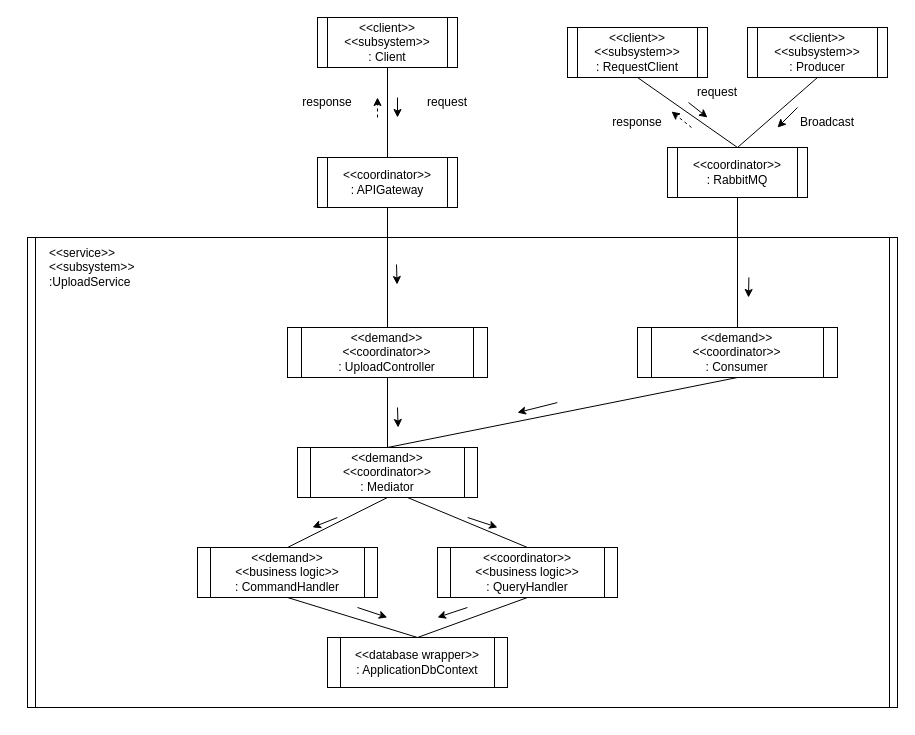
This is docs/Subsystem Diagram/Upload.subsystem.drawio from Carl-Johnsons/Chat-Application, a draw.io file, before an edit. Source tidied: cells renumbered, new cells numbered last; positions are measured from the earlier drawing's top-left corner, leaving out a move shared by most shapes. Both pictures are drawn from the tidied source at 100%, with x=0, y=0 at pixel (27, 17).
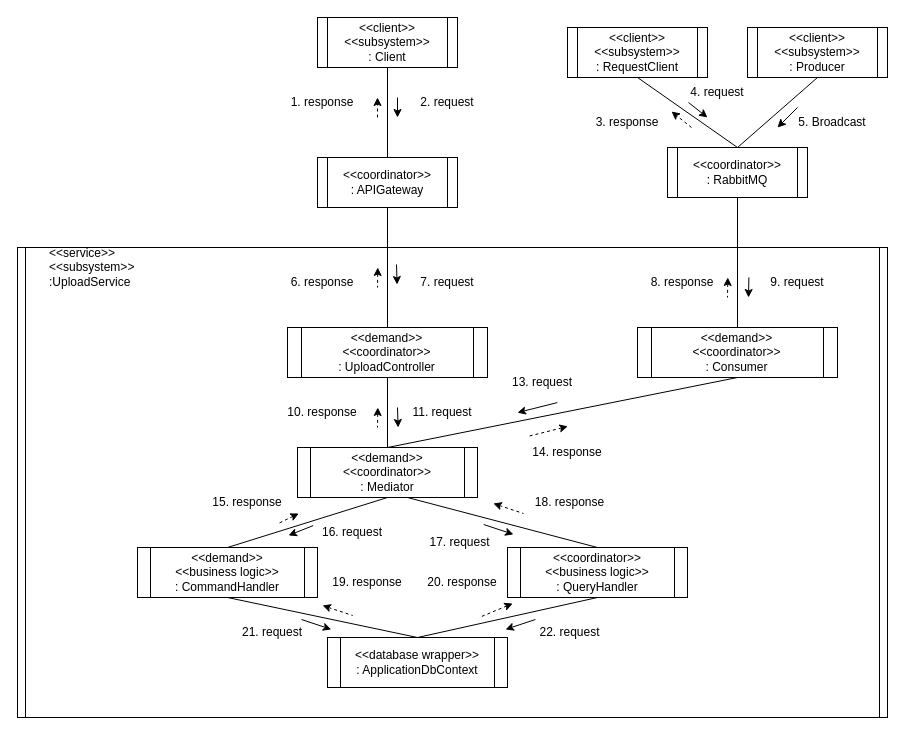
After the change.

Diff of the diagram source:
```diff
@@
     <mxCell id="2" style="shape=process;whiteSpace=wrap;html=1;backgroundOutline=1;size=0.009009009009009009;" parent="1" vertex="1">
-      <mxGeometry y="220" width="870" height="470" as="geometry" />
+      <mxGeometry x="-10" y="230" width="870" height="470" as="geometry" />
     </mxCell>
@@
     <mxCell id="10" value="&amp;lt;&amp;lt;demand&amp;gt;&amp;gt;&lt;br&gt;&amp;lt;&amp;lt;business logic&amp;gt;&amp;gt;&lt;br style=&quot;border-color: var(--border-color);&quot;&gt;: CommandHandler" style="shape=process;whiteSpace=wrap;html=1;backgroundOutline=1;size=0.07142857142857142;" parent="1" vertex="1">
-      <mxGeometry x="170" y="530" width="180" height="50" as="geometry" />
+      <mxGeometry x="110" y="530" width="180" height="50" as="geometry" />
     </mxCell>
     <mxCell id="11" value="&amp;lt;&amp;lt;coordinator&amp;gt;&amp;gt;&lt;br&gt;&amp;lt;&amp;lt;business logic&amp;gt;&amp;gt;&lt;br style=&quot;border-color: var(--border-color);&quot;&gt;: QueryHandler" style="shape=process;whiteSpace=wrap;html=1;backgroundOutline=1;size=0.07142857142857142;" parent="1" vertex="1">
-      <mxGeometry x="410" y="530" width="180" height="50" as="geometry" />
+      <mxGeometry x="480" y="530" width="180" height="50" as="geometry" />
     </mxCell>
@@
-    <mxCell id="20" value="request" style="text;html=1;strokeColor=none;fillColor=none;align=center;verticalAlign=middle;whiteSpace=wrap;rounded=0;" parent="1" vertex="1">
+    <mxCell id="20" value="2. request" style="text;html=1;strokeColor=none;fillColor=none;align=center;verticalAlign=middle;whiteSpace=wrap;rounded=0;" parent="1" vertex="1">
       <mxGeometry x="390" y="70" width="60" height="30" as="geometry" />
     </mxCell>
-    <mxCell id="21" value="response" style="text;html=1;strokeColor=none;fillColor=none;align=center;verticalAlign=middle;whiteSpace=wrap;rounded=0;" parent="1" vertex="1">
-      <mxGeometry x="270" y="70" width="60" height="30" as="geometry" />
+    <mxCell id="21" value="1. response" style="text;html=1;strokeColor=none;fillColor=none;align=center;verticalAlign=middle;whiteSpace=wrap;rounded=0;" parent="1" vertex="1">
+      <mxGeometry x="260" y="70" width="70" height="30" as="geometry" />
     </mxCell>
@@
-    <mxCell id="23" style="endArrow=classic;html=1;exitX=0.356;exitY=0.596;exitDx=0;exitDy=0;exitPerimeter=0;entryX=0.602;entryY=0.383;entryDx=0;entryDy=0;entryPerimeter=0;" parent="1" edge="1" source="2">
+    <mxCell id="23" style="endArrow=classic;html=1;exitX=0.356;exitY=0.596;exitDx=0;exitDy=0;exitPerimeter=0;entryX=0.602;entryY=0.383;entryDx=0;entryDy=0;entryPerimeter=0;" parent="1" edge="1">
       <mxGeometry relative="1" as="geometry">
-        <mxPoint x="285" y="509.9" as="targetPoint" />
+        <mxPoint x="285.7" y="508.1" as="sourcePoint" />
+        <mxPoint x="261" y="517.9" as="targetPoint" />
       </mxGeometry>
     </mxCell>
     <mxCell id="24" style="endArrow=classic;html=1;entryX=0.477;entryY=0.404;entryDx=0;entryDy=0;entryPerimeter=0;" parent="1" edge="1">
       <mxGeometry relative="1" as="geometry">
-        <mxPoint x="440.2" y="500" as="sourcePoint" />
-        <mxPoint x="470" y="509.9" as="targetPoint" />
+        <mxPoint x="456.2" y="507" as="sourcePoint" />
+        <mxPoint x="486" y="516.9" as="targetPoint" />
       </mxGeometry>
     </mxCell>
     <mxCell id="25" style="endArrow=classic;html=1;entryX=0.477;entryY=0.404;entryDx=0;entryDy=0;entryPerimeter=0;" parent="1" edge="1">
       <mxGeometry relative="1" as="geometry">
-        <mxPoint x="330" y="590" as="sourcePoint" />
-        <mxPoint x="359.8" y="599.9" as="targetPoint" />
+        <mxPoint x="274" y="602" as="sourcePoint" />
+        <mxPoint x="303.8" y="611.9" as="targetPoint" />
       </mxGeometry>
     </mxCell>
     <mxCell id="26" style="endArrow=classic;html=1;exitX=0.636;exitY=0.362;exitDx=0;exitDy=0;exitPerimeter=0;entryX=0.602;entryY=0.383;entryDx=0;entryDy=0;entryPerimeter=0;" parent="1" edge="1">
       <mxGeometry relative="1" as="geometry">
-        <mxPoint x="439.9" y="590" as="sourcePoint" />
-        <mxPoint x="410" y="599.9" as="targetPoint" />
+        <mxPoint x="507.9" y="602" as="sourcePoint" />
+        <mxPoint x="478" y="611.9" as="targetPoint" />
       </mxGeometry>
     </mxCell>
@@
-    <mxCell id="35" value="request" style="text;html=1;strokeColor=none;fillColor=none;align=center;verticalAlign=middle;whiteSpace=wrap;rounded=0;" parent="1" vertex="1">
+    <mxCell id="35" value="4. request" style="text;html=1;strokeColor=none;fillColor=none;align=center;verticalAlign=middle;whiteSpace=wrap;rounded=0;" parent="1" vertex="1">
       <mxGeometry x="660" y="60" width="60" height="30" as="geometry" />
     </mxCell>
-    <mxCell id="36" value="response" style="text;html=1;strokeColor=none;fillColor=none;align=center;verticalAlign=middle;whiteSpace=wrap;rounded=0;" parent="1" vertex="1">
-      <mxGeometry x="580" y="90" width="60" height="30" as="geometry" />
+    <mxCell id="36" value="3. response" style="text;html=1;strokeColor=none;fillColor=none;align=center;verticalAlign=middle;whiteSpace=wrap;rounded=0;" parent="1" vertex="1">
+      <mxGeometry x="560" y="90" width="80" height="30" as="geometry" />
     </mxCell>
@@
-    <mxCell id="38" value="Broadcast" style="text;html=1;strokeColor=none;fillColor=none;align=center;verticalAlign=middle;whiteSpace=wrap;rounded=0;" parent="1" vertex="1">
-      <mxGeometry x="770" y="90" width="60" height="30" as="geometry" />
+    <mxCell id="38" value="5. Broadcast" style="text;html=1;strokeColor=none;fillColor=none;align=center;verticalAlign=middle;whiteSpace=wrap;rounded=0;" parent="1" vertex="1">
+      <mxGeometry x="770" y="90" width="70" height="30" as="geometry" />
     </mxCell>
@@
+    <mxCell id="44" style="endArrow=none;html=1;exitX=0.727;exitY=0.106;exitDx=0;exitDy=0;exitPerimeter=0;startArrow=classic;startFill=1;endFill=0;dashed=1;entryX=0.379;entryY=0;entryDx=0;entryDy=0;entryPerimeter=0;" parent="1" edge="1">
+      <mxGeometry relative="1" as="geometry">
+        <mxPoint x="350.3" y="250" as="sourcePoint" />
+        <mxPoint x="350" y="270" as="targetPoint" />
+      </mxGeometry>
+    </mxCell>
+    <mxCell id="45" style="endArrow=none;html=1;exitX=0.727;exitY=0.106;exitDx=0;exitDy=0;exitPerimeter=0;startArrow=classic;startFill=1;endFill=0;dashed=1;entryX=0.379;entryY=0;entryDx=0;entryDy=0;entryPerimeter=0;" parent="1" edge="1">
+      <mxGeometry relative="1" as="geometry">
+        <mxPoint x="350.3" y="390" as="sourcePoint" />
+        <mxPoint x="350" y="410" as="targetPoint" />
+      </mxGeometry>
+    </mxCell>
+    <mxCell id="46" style="endArrow=none;html=1;exitX=0.727;exitY=0.106;exitDx=0;exitDy=0;exitPerimeter=0;startArrow=classic;startFill=1;endFill=0;dashed=1;entryX=0.356;entryY=0.617;entryDx=0;entryDy=0;entryPerimeter=0;" parent="1" edge="1">
+      <mxGeometry relative="1" as="geometry">
+        <mxPoint x="271.3" y="496" as="sourcePoint" />
+        <mxPoint x="250.7" y="506" as="targetPoint" />
+      </mxGeometry>
+    </mxCell>
+    <mxCell id="47" style="endArrow=none;html=1;exitX=0.494;exitY=0.617;exitDx=0;exitDy=0;exitPerimeter=0;startArrow=classic;startFill=1;endFill=0;dashed=1;" parent="1" edge="1">
+      <mxGeometry relative="1" as="geometry">
+        <mxPoint x="465.8" y="486" as="sourcePoint" />
+        <mxPoint x="496" y="496" as="targetPoint" />
+      </mxGeometry>
+    </mxCell>
+    <mxCell id="48" style="endArrow=none;html=1;exitX=0.494;exitY=0.617;exitDx=0;exitDy=0;exitPerimeter=0;startArrow=classic;startFill=1;endFill=0;dashed=1;" parent="1" edge="1">
+      <mxGeometry relative="1" as="geometry">
+        <mxPoint x="295" y="588" as="sourcePoint" />
+        <mxPoint x="325.2" y="598" as="targetPoint" />
+      </mxGeometry>
+    </mxCell>
+    <mxCell id="49" style="endArrow=none;html=1;exitX=0.621;exitY=0.404;exitDx=0;exitDy=0;exitPerimeter=0;startArrow=classic;startFill=1;endFill=0;dashed=1;entryX=0.356;entryY=0.617;entryDx=0;entryDy=0;entryPerimeter=0;" parent="1" edge="1">
+      <mxGeometry relative="1" as="geometry">
+        <mxPoint x="540.3" y="408.9" as="sourcePoint" />
+        <mxPoint x="500" y="419" as="targetPoint" />
+      </mxGeometry>
+    </mxCell>
+    <mxCell id="50" style="endArrow=none;html=1;exitX=0.727;exitY=0.106;exitDx=0;exitDy=0;exitPerimeter=0;startArrow=classic;startFill=1;endFill=0;dashed=1;entryX=0.379;entryY=0;entryDx=0;entryDy=0;entryPerimeter=0;" parent="1" edge="1">
+      <mxGeometry relative="1" as="geometry">
+        <mxPoint x="700.3" y="260" as="sourcePoint" />
+        <mxPoint x="700" y="280" as="targetPoint" />
+      </mxGeometry>
+    </mxCell>
+    <mxCell id="51" value="7. request" style="text;html=1;strokeColor=none;fillColor=none;align=center;verticalAlign=middle;whiteSpace=wrap;rounded=0;" parent="1" vertex="1">
+      <mxGeometry x="390" y="250" width="60" height="30" as="geometry" />
+    </mxCell>
+    <mxCell id="52" value="6. response" style="text;html=1;strokeColor=none;fillColor=none;align=center;verticalAlign=middle;whiteSpace=wrap;rounded=0;" parent="1" vertex="1">
+      <mxGeometry x="260" y="250" width="70" height="30" as="geometry" />
+    </mxCell>
+    <mxCell id="53" value="10. response" style="text;html=1;strokeColor=none;fillColor=none;align=center;verticalAlign=middle;whiteSpace=wrap;rounded=0;" parent="1" vertex="1">
+      <mxGeometry x="250" y="380" width="90" height="30" as="geometry" />
+    </mxCell>
+    <mxCell id="54" value="11. request" style="text;html=1;strokeColor=none;fillColor=none;align=center;verticalAlign=middle;whiteSpace=wrap;rounded=0;" parent="1" vertex="1">
+      <mxGeometry x="380" y="380" width="70" height="30" as="geometry" />
+    </mxCell>
+    <mxCell id="55" value="15. response" style="text;html=1;strokeColor=none;fillColor=none;align=center;verticalAlign=middle;whiteSpace=wrap;rounded=0;" parent="1" vertex="1">
+      <mxGeometry x="180" y="470" width="80" height="30" as="geometry" />
+    </mxCell>
+    <mxCell id="56" value="16. request" style="text;html=1;strokeColor=none;fillColor=none;align=center;verticalAlign=middle;whiteSpace=wrap;rounded=0;" parent="1" vertex="1">
+      <mxGeometry x="290" y="500" width="70" height="30" as="geometry" />
+    </mxCell>
+    <mxCell id="57" value="18. response" style="text;html=1;strokeColor=none;fillColor=none;align=center;verticalAlign=middle;whiteSpace=wrap;rounded=0;" parent="1" vertex="1">
+      <mxGeometry x="505" y="470" width="75" height="30" as="geometry" />
+    </mxCell>
+    <mxCell id="58" value="17. request" style="text;html=1;strokeColor=none;fillColor=none;align=center;verticalAlign=middle;whiteSpace=wrap;rounded=0;" parent="1" vertex="1">
+      <mxGeometry x="400" y="510" width="65" height="30" as="geometry" />
+    </mxCell>
+    <mxCell id="59" style="endArrow=none;html=1;exitX=0.552;exitY=0.766;exitDx=0;exitDy=0;exitPerimeter=0;startArrow=classic;startFill=1;endFill=0;dashed=1;entryX=0.356;entryY=0.617;entryDx=0;entryDy=0;entryPerimeter=0;" parent="1" edge="1">
+      <mxGeometry relative="1" as="geometry">
+        <mxPoint x="485.2" y="586" as="sourcePoint" />
+        <mxPoint x="451.7" y="600" as="targetPoint" />
+      </mxGeometry>
+    </mxCell>
+    <mxCell id="60" value="19. response" style="text;html=1;strokeColor=none;fillColor=none;align=center;verticalAlign=middle;whiteSpace=wrap;rounded=0;" parent="1" vertex="1">
+      <mxGeometry x="300" y="550" width="80" height="30" as="geometry" />
+    </mxCell>
+    <mxCell id="61" value="21. request" style="text;html=1;strokeColor=none;fillColor=none;align=center;verticalAlign=middle;whiteSpace=wrap;rounded=0;" parent="1" vertex="1">
+      <mxGeometry x="210" y="600" width="70" height="30" as="geometry" />
+    </mxCell>
+    <mxCell id="62" value="22. request" style="text;html=1;strokeColor=none;fillColor=none;align=center;verticalAlign=middle;whiteSpace=wrap;rounded=0;" parent="1" vertex="1">
+      <mxGeometry x="505" y="600" width="75" height="30" as="geometry" />
+    </mxCell>
+    <mxCell id="63" value="20. response" style="text;html=1;strokeColor=none;fillColor=none;align=center;verticalAlign=middle;whiteSpace=wrap;rounded=0;" parent="1" vertex="1">
+      <mxGeometry x="395" y="550" width="80" height="30" as="geometry" />
+    </mxCell>
+    <mxCell id="64" value="13. request" style="text;html=1;strokeColor=none;fillColor=none;align=center;verticalAlign=middle;whiteSpace=wrap;rounded=0;" parent="1" vertex="1">
+      <mxGeometry x="480" y="350" width="70" height="30" as="geometry" />
+    </mxCell>
+    <mxCell id="65" value="14. response" style="text;html=1;strokeColor=none;fillColor=none;align=center;verticalAlign=middle;whiteSpace=wrap;rounded=0;" parent="1" vertex="1">
+      <mxGeometry x="500" y="420" width="80" height="30" as="geometry" />
+    </mxCell>
+    <mxCell id="66" value="9. request" style="text;html=1;strokeColor=none;fillColor=none;align=center;verticalAlign=middle;whiteSpace=wrap;rounded=0;" parent="1" vertex="1">
+      <mxGeometry x="740" y="250" width="60" height="30" as="geometry" />
+    </mxCell>
+    <mxCell id="67" value="8. response" style="text;html=1;strokeColor=none;fillColor=none;align=center;verticalAlign=middle;whiteSpace=wrap;rounded=0;" parent="1" vertex="1">
+      <mxGeometry x="620" y="250" width="70" height="30" as="geometry" />
+    </mxCell>
```
